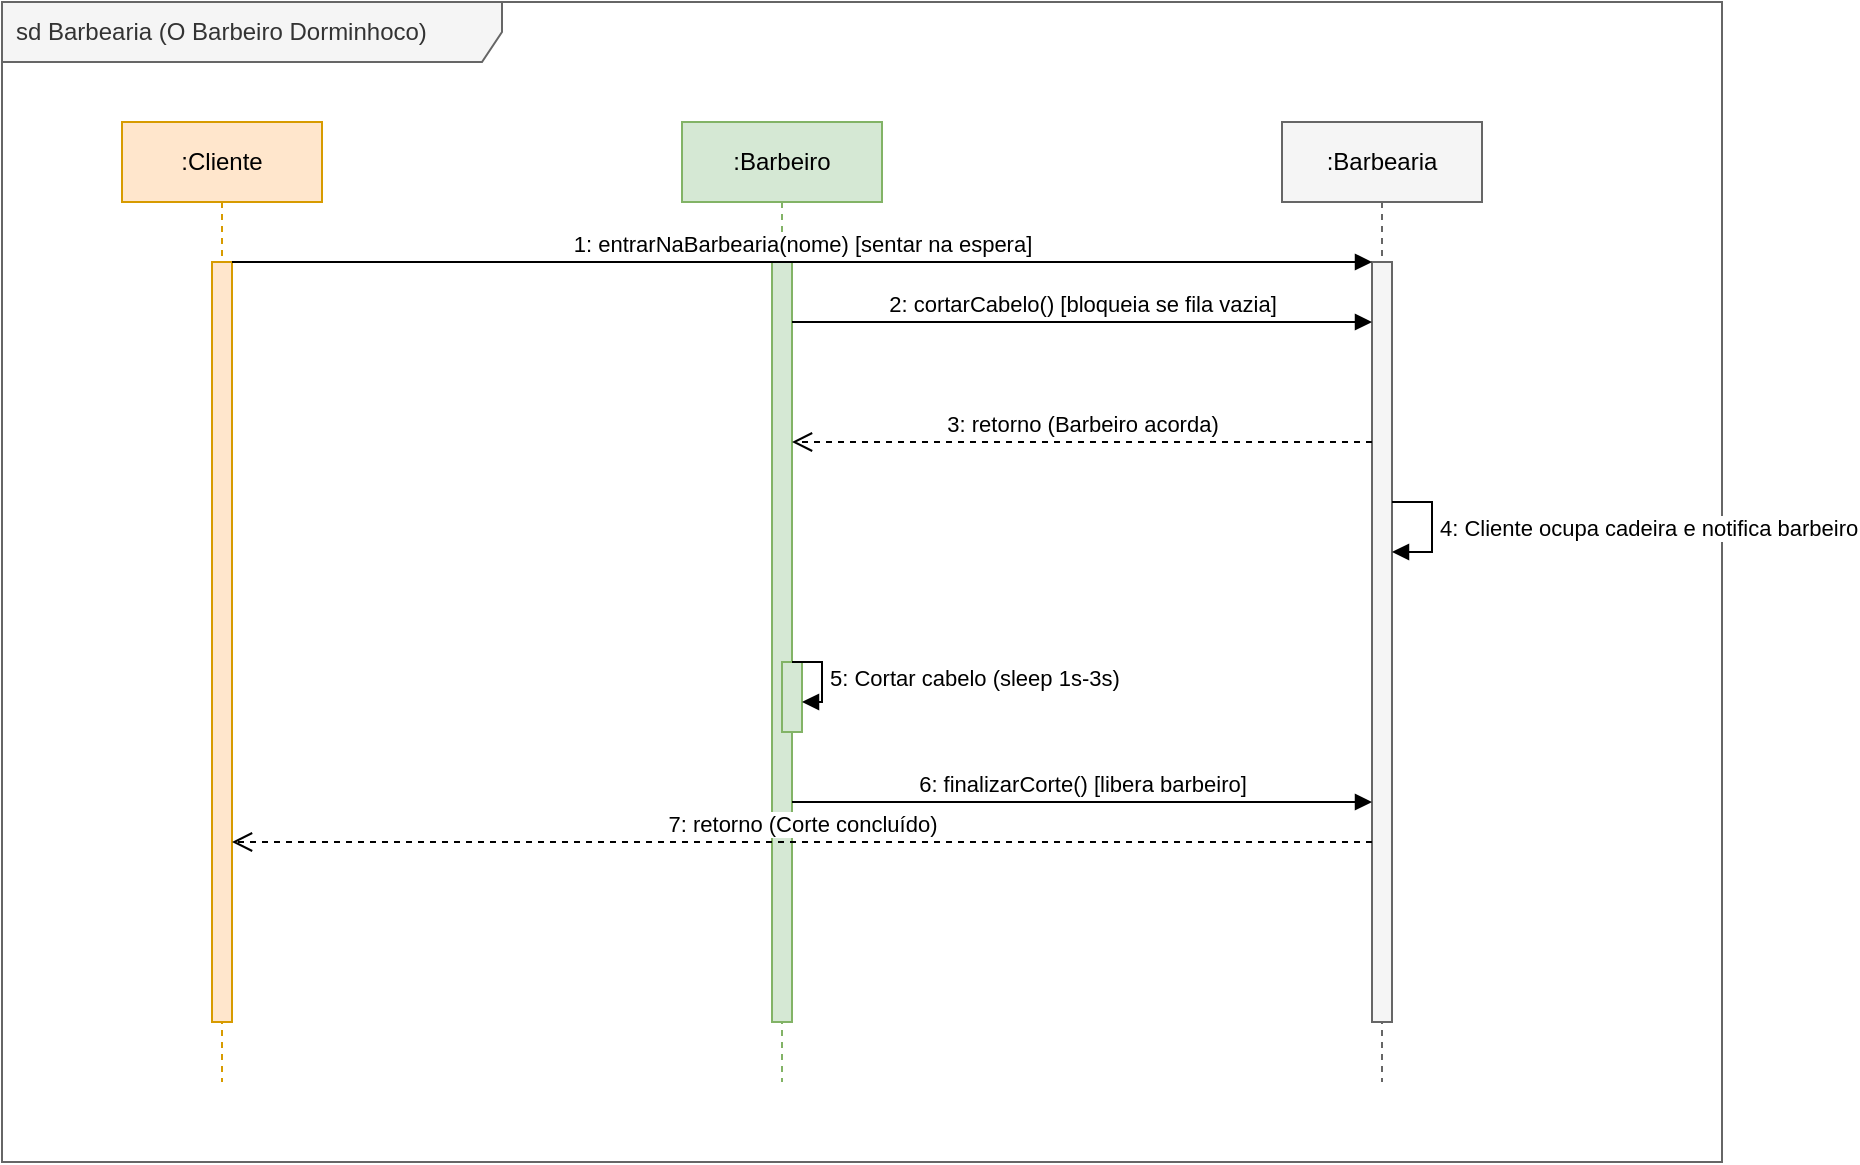
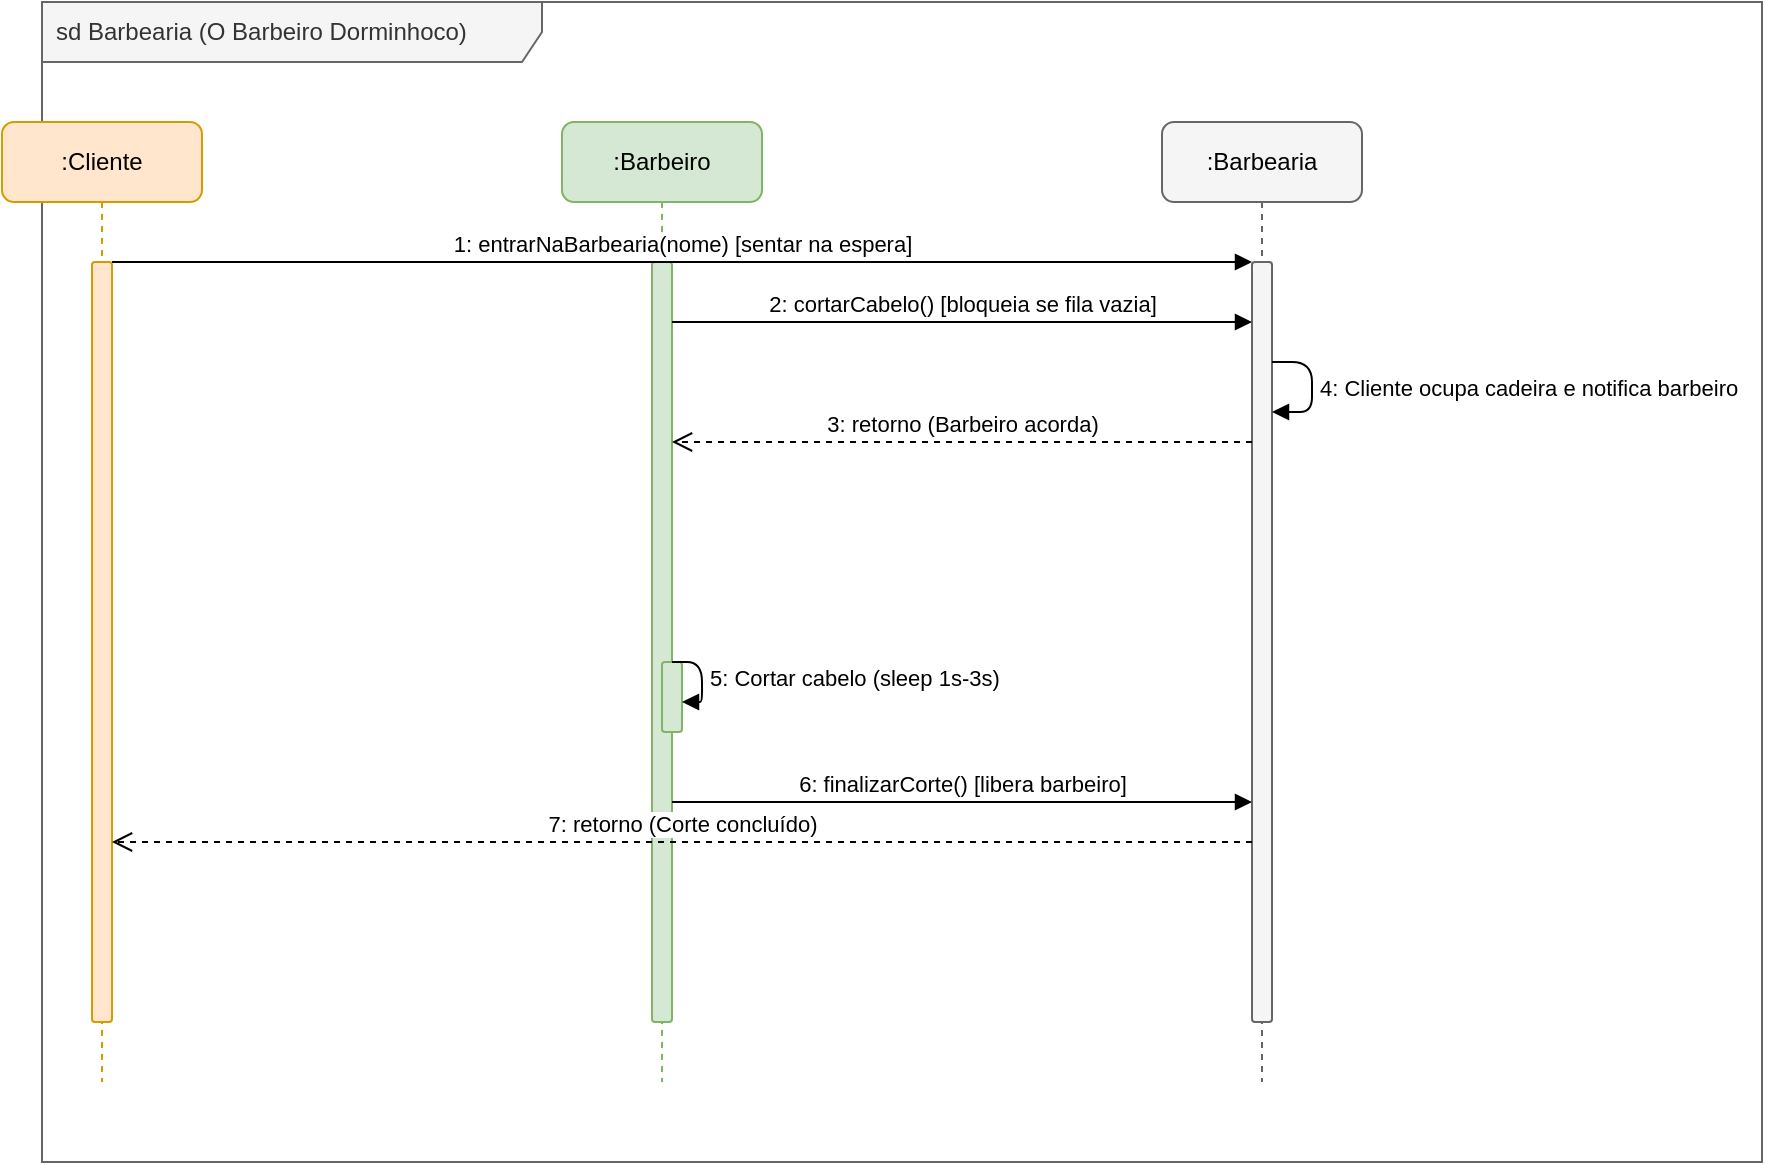
- <mxfile host="app.diagrams.net" pages="1">
-   <diagram id="barbearia_sequence" name="Sequence Diagram">
-     <mxGraphModel dx="1200" dy="1000" grid="1" gridSize="10" guides="1" tooltips="1" connect="1" arrows="1" fold="1" page="1" pageScale="1" pageWidth="1169" pageHeight="1100" math="0" shadow="0">
-       <root>
-         <mxCell id="0" />
-         <mxCell id="1" parent="0" />
- 
-         <!-- Frame container -->
-         <mxCell id="frame_container" value="sd Barbearia (O Barbeiro Dorminhoco)" style="shape=umlFrame;whiteSpace=wrap;html=1;width=250;height=30;boundedLbl=1;verticalAlign=middle;align=left;spacingLeft=5;fillColor=#f5f5f5;fontColor=#333333;strokeColor=#666666;" parent="1" vertex="1">
-           <mxGeometry x="20" y="20" width="860" height="580" as="geometry" />
-         </mxCell>
- 
-         <!-- Lifelines -->
- 
-         <!-- Lifeline 1: Cliente -->
-         <mxCell id="lifeline_cliente" value=":Cliente" style="shape=umlLifeline;perimeter=lifelinePerimeter;whiteSpace=wrap;html=1;container=1;collapsible=0;recursiveResize=0;outlineConnect=0;fillColor=#ffe6cc;strokeColor=#d79b00;" parent="1" vertex="1">
-           <mxGeometry x="80" y="80" width="100" height="480" as="geometry" />
-         </mxCell>
-         <mxCell id="act_cliente" value="" style="html=1;points=[];perimeter=orthogonalPerimeter;fillColor=#ffe6cc;strokeColor=#d79b00;" parent="lifeline_cliente" vertex="1">
-           <mxGeometry x="45" y="70" width="10" height="380" as="geometry" />
-         </mxCell>
- 
-         <!-- Lifeline 2: Barbeiro -->
-         <mxCell id="lifeline_barbeiro" value=":Barbeiro" style="shape=umlLifeline;perimeter=lifelinePerimeter;whiteSpace=wrap;html=1;container=1;collapsible=0;recursiveResize=0;outlineConnect=0;fillColor=#d5e8d4;strokeColor=#82b366;" parent="1" vertex="1">
-           <mxGeometry x="360" y="80" width="100" height="480" as="geometry" />
-         </mxCell>
-         <mxCell id="act_barbeiro" value="" style="html=1;points=[];perimeter=orthogonalPerimeter;fillColor=#d5e8d4;strokeColor=#82b366;" parent="lifeline_barbeiro" vertex="1">
-           <mxGeometry x="45" y="70" width="10" height="380" as="geometry" />
-         </mxCell>
-         <mxCell id="act_cut_sleep" value="" style="html=1;points=[];perimeter=orthogonalPerimeter;fillColor=#d5e8d4;strokeColor=#82b366;" parent="lifeline_barbeiro" vertex="1">
-           <mxGeometry x="50" y="270" width="10" height="35" as="geometry" />
-         </mxCell>
- 
-         <!-- Lifeline 3: Barbearia (Monitor) -->
-         <mxCell id="lifeline_barbearia" value=":Barbearia" style="shape=umlLifeline;perimeter=lifelinePerimeter;whiteSpace=wrap;html=1;container=1;collapsible=0;recursiveResize=0;outlineConnect=0;fillColor=#f5f5f5;strokeColor=#666666;" parent="1" vertex="1">
-           <mxGeometry x="660" y="80" width="100" height="480" as="geometry" />
-         </mxCell>
-         <mxCell id="act_barbearia" value="" style="html=1;points=[];perimeter=orthogonalPerimeter;fillColor=#f5f5f5;strokeColor=#666666;" parent="lifeline_barbearia" vertex="1">
-           <mxGeometry x="45" y="70" width="10" height="380" as="geometry" />
-         </mxCell>
- 
-         <!-- Messages -->
- 
-         <!-- 1: Cliente entrarNaBarbearia() -->
-         <mxCell id="msg_c_ent" value="1: entrarNaBarbearia(nome) [sentar na espera]" style="html=1;verticalAlign=bottom;endArrow=block;rounded=0;" edge="1" parent="1">
-           <mxGeometry relative="1" as="geometry">
-             <mxPoint x="135" y="150" as="sourcePoint" />
-             <mxPoint x="705" y="150" as="targetPoint" />
-           </mxGeometry>
-         </mxCell>
- 
-         <!-- 2: Barbeiro cortarCabelo() -->
-         <mxCell id="msg_b_cort" value="2: cortarCabelo() [bloqueia se fila vazia]" style="html=1;verticalAlign=bottom;endArrow=block;rounded=0;" edge="1" parent="1">
-           <mxGeometry relative="1" as="geometry">
-             <mxPoint x="415" y="180" as="sourcePoint" />
-             <mxPoint x="705" y="180" as="targetPoint" />
-           </mxGeometry>
-         </mxCell>
- 
-         <!-- 3: Barbeiro acorda do cortarCabelo() -->
-         <mxCell id="msg_b_wake" value="3: retorno (Barbeiro acorda)" style="html=1;verticalAlign=bottom;endArrow=open;dashed=1;endSize=8;rounded=0;" edge="1" parent="1">
-           <mxGeometry relative="1" as="geometry">
-             <mxPoint x="705" y="240" as="sourcePoint" />
-             <mxPoint x="415" y="240" as="targetPoint" />
-           </mxGeometry>
-         </mxCell>
- 
-         <!-- 4: Cliente senta na cadeira de corte e notifica barbeiro pronto -->
-         <mxCell id="msg_c_ready" value="4: Cliente ocupa cadeira e notifica barbeiro" style="edgeStyle=orthogonalEdgeStyle;html=1;align=left;spacingLeft=2;endArrow=block;rounded=0;" edge="1" parent="1" source="act_barbearia" target="act_barbearia">
-           <mxGeometry relative="1" as="geometry">
-             <Array as="points">
-               <mxPoint x="735" y="270" />
-               <mxPoint x="735" y="295" />
-             </Array>
-             <mxPoint x="715" y="270" as="sourcePoint" />
-             <mxPoint x="715" y="295" as="targetPoint" />
-           </mxGeometry>
-         </mxCell>
- 
-         <!-- 5: Barbeiro realiza o corte (sleep) -->
-         <mxCell id="msg_b_sleep" value="5: Cortar cabelo (sleep 1s-3s)" style="edgeStyle=orthogonalEdgeStyle;html=1;align=left;spacingLeft=2;endArrow=block;rounded=0;" edge="1" parent="1" source="act_barbeiro" target="act_cut_sleep">
-           <mxGeometry relative="1" as="geometry">
-             <Array as="points">
-               <mxPoint x="430" y="350" />
-               <mxPoint x="430" y="370" />
-             </Array>
-           </mxGeometry>
-         </mxCell>
- 
-         <!-- 6: Barbeiro finalizarCorte() -->
-         <mxCell id="msg_b_fin" value="6: finalizarCorte() [libera barbeiro]" style="html=1;verticalAlign=bottom;endArrow=block;rounded=0;" edge="1" parent="1">
-           <mxGeometry relative="1" as="geometry">
-             <mxPoint x="415" y="420" as="sourcePoint" />
-             <mxPoint x="705" y="420" as="targetPoint" />
-           </mxGeometry>
-         </mxCell>
- 
-         <!-- 7: Cliente acorda e vai embora -->
-         <mxCell id="msg_c_leave" value="7: retorno (Corte concluído)" style="html=1;verticalAlign=bottom;endArrow=open;dashed=1;endSize=8;rounded=0;" edge="1" parent="1">
-           <mxGeometry relative="1" as="geometry">
-             <mxPoint x="705" y="440" as="sourcePoint" />
-             <mxPoint x="135" y="440" as="targetPoint" />
-           </mxGeometry>
-         </mxCell>
- 
-       </root>
-     </mxGraphModel>
-   </diagram>
+ <mxfile host="65bd71144e" pages="1">
+     <diagram id="barbearia_sequence" name="Sequence Diagram">
+         <mxGraphModel dx="914" dy="387" grid="1" gridSize="10" guides="1" tooltips="1" connect="1" arrows="1" fold="1" page="1" pageScale="1" pageWidth="1169" pageHeight="1100" background="none" math="0" shadow="0">
+             <root>
+                 <mxCell id="0"/>
+                 <mxCell id="1" parent="0"/>
+                 <mxCell id="frame_container" value="sd Barbearia (O Barbeiro Dorminhoco)" style="shape=umlFrame;whiteSpace=wrap;html=1;width=250;height=30;boundedLbl=1;verticalAlign=middle;align=left;spacingLeft=5;fillColor=#f5f5f5;fontColor=#333333;strokeColor=#666666;rounded=1;" parent="1" vertex="1">
+                     <mxGeometry x="100" y="20" width="860" height="580" as="geometry"/>
+                 </mxCell>
+                 <mxCell id="lifeline_cliente" value=":Cliente" style="shape=umlLifeline;perimeter=lifelinePerimeter;whiteSpace=wrap;html=1;container=1;collapsible=0;recursiveResize=0;outlineConnect=0;fillColor=#ffe6cc;strokeColor=#d79b00;rounded=1;" parent="1" vertex="1">
+                     <mxGeometry x="80" y="80" width="100" height="480" as="geometry"/>
+                 </mxCell>
+                 <mxCell id="act_cliente" value="" style="html=1;points=[];perimeter=orthogonalPerimeter;fillColor=#ffe6cc;strokeColor=#d79b00;rounded=1;" parent="lifeline_cliente" vertex="1">
+                     <mxGeometry x="45" y="70" width="10" height="380" as="geometry"/>
+                 </mxCell>
+                 <mxCell id="lifeline_barbeiro" value=":Barbeiro" style="shape=umlLifeline;perimeter=lifelinePerimeter;whiteSpace=wrap;html=1;container=1;collapsible=0;recursiveResize=0;outlineConnect=0;fillColor=#d5e8d4;strokeColor=#82b366;rounded=1;" parent="1" vertex="1">
+                     <mxGeometry x="360" y="80" width="100" height="480" as="geometry"/>
+                 </mxCell>
+                 <mxCell id="act_barbeiro" value="" style="html=1;points=[];perimeter=orthogonalPerimeter;fillColor=#d5e8d4;strokeColor=#82b366;rounded=1;" parent="lifeline_barbeiro" vertex="1">
+                     <mxGeometry x="45" y="70" width="10" height="380" as="geometry"/>
+                 </mxCell>
+                 <mxCell id="act_cut_sleep" value="" style="html=1;points=[];perimeter=orthogonalPerimeter;fillColor=#d5e8d4;strokeColor=#82b366;rounded=1;" parent="lifeline_barbeiro" vertex="1">
+                     <mxGeometry x="50" y="270" width="10" height="35" as="geometry"/>
+                 </mxCell>
+                 <mxCell id="lifeline_barbearia" value=":Barbearia" style="shape=umlLifeline;perimeter=lifelinePerimeter;whiteSpace=wrap;html=1;container=1;collapsible=0;recursiveResize=0;outlineConnect=0;fillColor=#f5f5f5;strokeColor=#666666;rounded=1;" parent="1" vertex="1">
+                     <mxGeometry x="660" y="80" width="100" height="480" as="geometry"/>
+                 </mxCell>
+                 <mxCell id="act_barbearia" value="" style="html=1;points=[];perimeter=orthogonalPerimeter;fillColor=#f5f5f5;strokeColor=#666666;rounded=1;" parent="lifeline_barbearia" vertex="1">
+                     <mxGeometry x="45" y="70" width="10" height="380" as="geometry"/>
+                 </mxCell>
+                 <mxCell id="msg_c_ready" value="4: Cliente ocupa cadeira e notifica barbeiro" style="edgeStyle=orthogonalEdgeStyle;html=1;align=left;spacingLeft=2;endArrow=block;rounded=1;" parent="lifeline_barbearia" edge="1">
+                     <mxGeometry relative="1" as="geometry">
+                         <Array as="points">
+                             <mxPoint x="75" y="120"/>
+                             <mxPoint x="75" y="145"/>
+                         </Array>
+                         <mxPoint x="55" y="120" as="sourcePoint"/>
+                         <mxPoint x="55" y="145" as="targetPoint"/>
+                     </mxGeometry>
+                 </mxCell>
+                 <mxCell id="msg_c_ent" value="1: entrarNaBarbearia(nome) [sentar na espera]" style="html=1;verticalAlign=bottom;endArrow=block;rounded=1;" parent="1" edge="1">
+                     <mxGeometry relative="1" as="geometry">
+                         <mxPoint x="135" y="150" as="sourcePoint"/>
+                         <mxPoint x="705" y="150" as="targetPoint"/>
+                     </mxGeometry>
+                 </mxCell>
+                 <mxCell id="msg_b_cort" value="2: cortarCabelo() [bloqueia se fila vazia]" style="html=1;verticalAlign=bottom;endArrow=block;rounded=1;" parent="1" edge="1">
+                     <mxGeometry relative="1" as="geometry">
+                         <mxPoint x="415" y="180" as="sourcePoint"/>
+                         <mxPoint x="705" y="180" as="targetPoint"/>
+                     </mxGeometry>
+                 </mxCell>
+                 <mxCell id="msg_b_wake" value="3: retorno (Barbeiro acorda)" style="html=1;verticalAlign=bottom;endArrow=open;dashed=1;endSize=8;rounded=1;" parent="1" edge="1">
+                     <mxGeometry relative="1" as="geometry">
+                         <mxPoint x="705" y="240" as="sourcePoint"/>
+                         <mxPoint x="415" y="240" as="targetPoint"/>
+                     </mxGeometry>
+                 </mxCell>
+                 <mxCell id="msg_b_sleep" value="5: Cortar cabelo (sleep 1s-3s)" style="edgeStyle=orthogonalEdgeStyle;html=1;align=left;spacingLeft=2;endArrow=block;rounded=1;" parent="1" source="act_barbeiro" target="act_cut_sleep" edge="1">
+                     <mxGeometry relative="1" as="geometry">
+                         <Array as="points">
+                             <mxPoint x="430" y="350"/>
+                             <mxPoint x="430" y="370"/>
+                         </Array>
+                     </mxGeometry>
+                 </mxCell>
+                 <mxCell id="msg_b_fin" value="6: finalizarCorte() [libera barbeiro]" style="html=1;verticalAlign=bottom;endArrow=block;rounded=1;" parent="1" edge="1">
+                     <mxGeometry relative="1" as="geometry">
+                         <mxPoint x="415" y="420" as="sourcePoint"/>
+                         <mxPoint x="705" y="420" as="targetPoint"/>
+                     </mxGeometry>
+                 </mxCell>
+                 <mxCell id="msg_c_leave" value="7: retorno (Corte concluído)" style="html=1;verticalAlign=bottom;endArrow=open;dashed=1;endSize=8;rounded=1;" parent="1" edge="1">
+                     <mxGeometry relative="1" as="geometry">
+                         <mxPoint x="705" y="440" as="sourcePoint"/>
+                         <mxPoint x="135" y="440" as="targetPoint"/>
+                     </mxGeometry>
+                 </mxCell>
+             </root>
+         </mxGraphModel>
+     </diagram>
</mxfile>